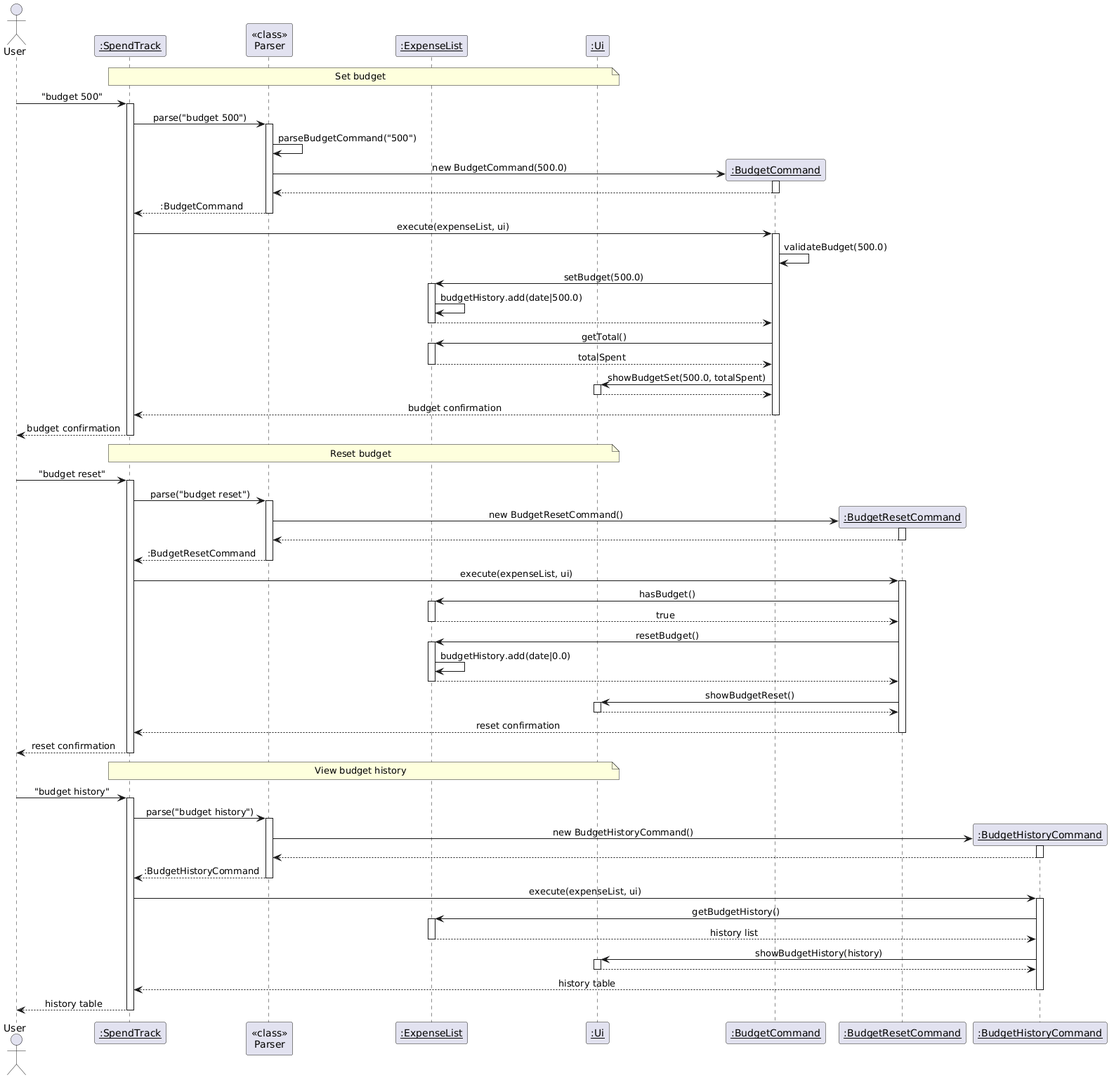
This is docs/images/BudgetCommandSequence.png from AbhijitBalajee/tp, a PlantUML export, as it was before one commit.
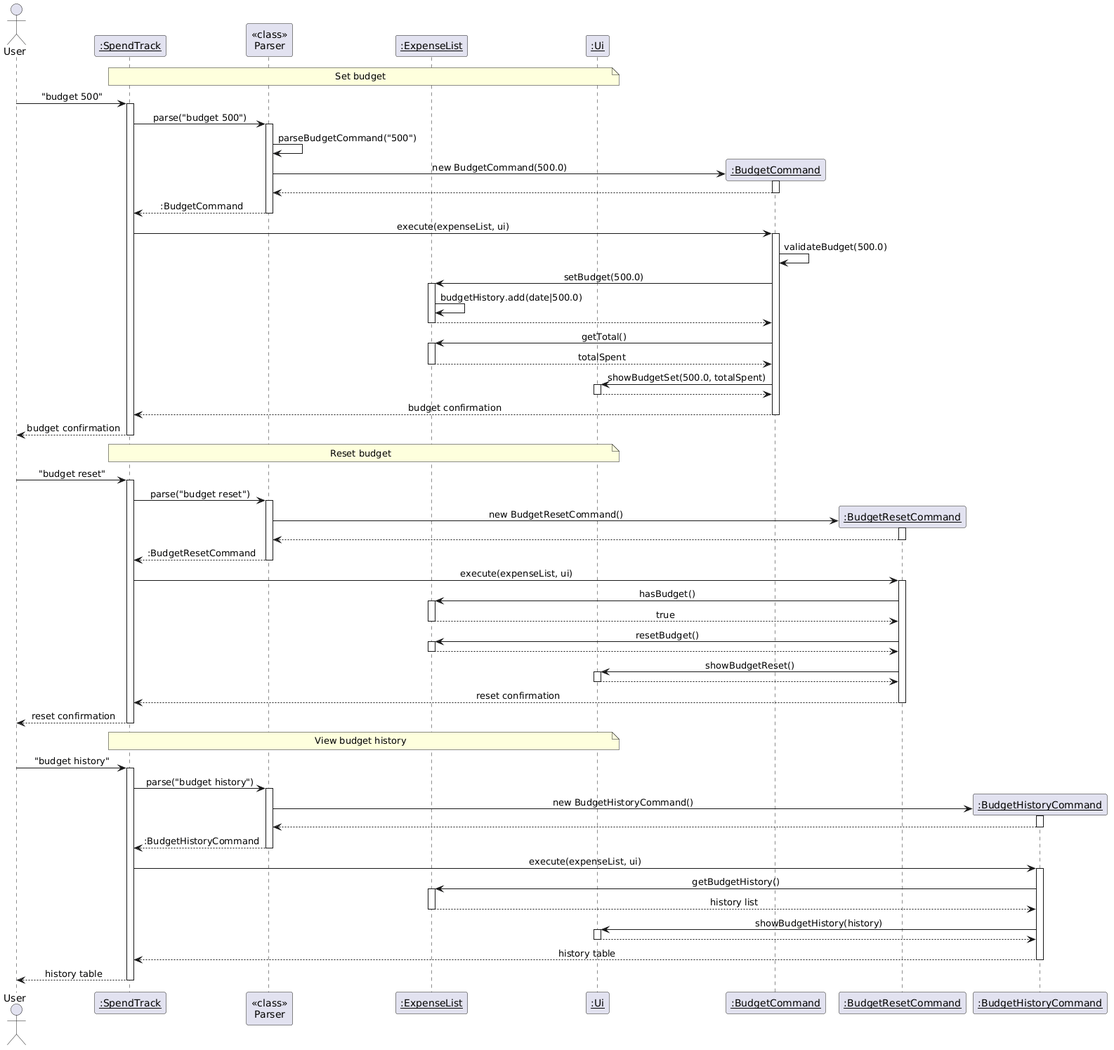
The same diagram one commit later.

Commit message:
fix: UML diagram notation issues in DG sequence and class diagrams

The edit, as a diff of the source:
```diff
@@ -71,7 +71,6 @@
 deactivate EL
 BRC -> EL : resetBudget()
 activate EL
-EL -> EL : budgetHistory.add(date|0.0)
 EL --> BRC
 deactivate EL
 BRC -> UI : showBudgetReset()
```
